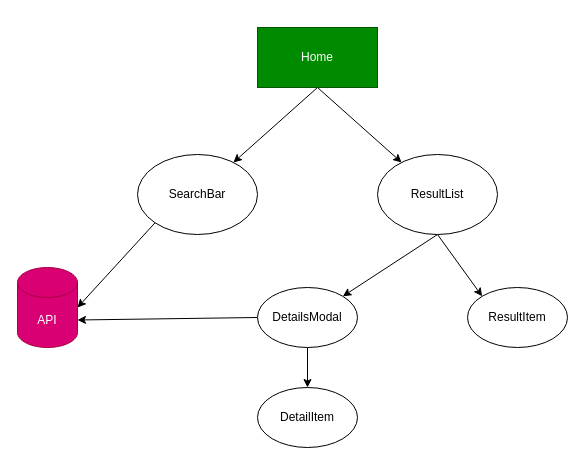
Above: src/.drawio in ArvandMolla/drifti (draw.io), before the change. Source tidied: cells renumbered, new cells numbered last; positions are measured from the earlier drawing's top-left corner, leaving out a move shared by most shapes. Both pictures are drawn from the tidied source at 100%, with x=0, y=0 at pixel (17, 27).
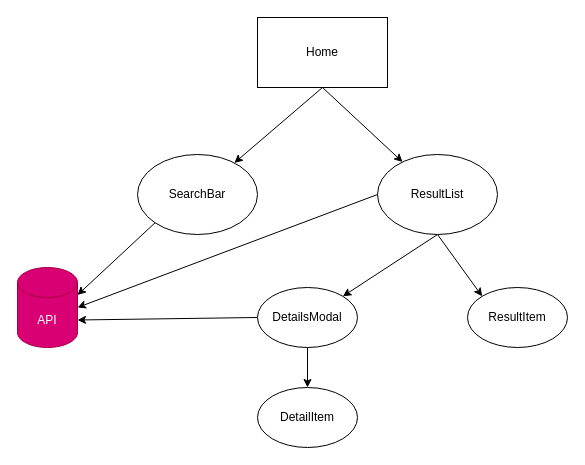
After the change.

Change to the diagram source:
```diff
@@
 <mxGraphModel>
   <root>
     <mxCell id="0" />
     <mxCell id="1" parent="0" />
     <mxCell id="2" style="edgeStyle=none;html=1;exitX=0.5;exitY=1;exitDx=0;exitDy=0;" parent="1" edge="1" source="4" target="6">
       <mxGeometry relative="1" as="geometry" />
     </mxCell>
     <mxCell id="3" style="edgeStyle=none;html=1;exitX=0.5;exitY=1;exitDx=0;exitDy=0;" parent="1" edge="1" source="4" target="9">
       <mxGeometry relative="1" as="geometry" />
     </mxCell>
-    <mxCell id="4" value="Home" style="rounded=0;whiteSpace=wrap;html=1;fillColor=#008a00;fontColor=#ffffff;strokeColor=#005700;" parent="1" vertex="1">
-      <mxGeometry x="240" width="120" height="60" as="geometry" />
+    <mxCell id="4" value="Home" style="rounded=0;whiteSpace=wrap;html=1;" parent="1" vertex="1">
+      <mxGeometry x="240" y="-10" width="130" height="70" as="geometry" />
     </mxCell>
-    <mxCell id="5" style="edgeStyle=none;html=1;exitX=0;exitY=1;exitDx=0;exitDy=0;entryX=1;entryY=0.5;entryDx=0;entryDy=0;entryPerimeter=0;" parent="1" edge="1" source="6" target="14">
+    <mxCell id="5" style="edgeStyle=none;html=1;exitX=0;exitY=1;exitDx=0;exitDy=0;entryX=1;entryY=0;entryDx=0;entryDy=27.5;entryPerimeter=0;" parent="1" edge="1" source="6" target="14">
       <mxGeometry relative="1" as="geometry" />
     </mxCell>
     <mxCell id="6" value="SearchBar" style="ellipse;whiteSpace=wrap;html=1;" parent="1" vertex="1">
       <mxGeometry x="120" y="127" width="120" height="80" as="geometry" />
     </mxCell>
     <mxCell id="7" style="edgeStyle=none;html=1;exitX=0.5;exitY=1;exitDx=0;exitDy=0;entryX=1;entryY=0;entryDx=0;entryDy=0;" parent="1" edge="1" source="9" target="13">
       <mxGeometry relative="1" as="geometry" />
     </mxCell>
     <mxCell id="8" style="edgeStyle=none;html=1;exitX=0.5;exitY=1;exitDx=0;exitDy=0;entryX=0;entryY=0;entryDx=0;entryDy=0;" parent="1" edge="1" source="9" target="10">
       <mxGeometry relative="1" as="geometry" />
     </mxCell>
+    <mxCell id="16" style="edgeStyle=none;html=1;exitX=0;exitY=0.5;exitDx=0;exitDy=0;entryX=1;entryY=0.5;entryDx=0;entryDy=0;entryPerimeter=0;" parent="1" edge="1" source="9" target="14">
+      <mxGeometry relative="1" as="geometry" />
+    </mxCell>
     <mxCell id="9" value="ResultList" style="ellipse;whiteSpace=wrap;html=1;" parent="1" vertex="1">
       <mxGeometry x="360" y="127" width="120" height="80" as="geometry" />
     </mxCell>
     <mxCell id="10" value="ResultItem" style="ellipse;whiteSpace=wrap;html=1;" parent="1" vertex="1">
       <mxGeometry x="450" y="260" width="100" height="60" as="geometry" />
     </mxCell>
     <mxCell id="11" style="edgeStyle=none;html=1;exitX=0;exitY=0.5;exitDx=0;exitDy=0;entryX=1;entryY=0;entryDx=0;entryDy=52.5;entryPerimeter=0;" parent="1" edge="1" source="13" target="14">
       <mxGeometry relative="1" as="geometry" />
     </mxCell>
     <mxCell id="12" style="edgeStyle=none;html=1;exitX=0.5;exitY=1;exitDx=0;exitDy=0;entryX=0.5;entryY=0;entryDx=0;entryDy=0;" parent="1" edge="1" source="13" target="15">
       <mxGeometry relative="1" as="geometry" />
     </mxCell>
     <mxCell id="13" value="DetailsModal" style="ellipse;whiteSpace=wrap;html=1;" parent="1" vertex="1">
       <mxGeometry x="240" y="260" width="100" height="60" as="geometry" />
     </mxCell>
     <mxCell id="14" value="API" style="shape=cylinder3;whiteSpace=wrap;html=1;boundedLbl=1;backgroundOutline=1;size=15;fillColor=#d80073;fontColor=#ffffff;strokeColor=#A50040;" parent="1" vertex="1">
       <mxGeometry y="240" width="60" height="80" as="geometry" />
     </mxCell>
     <mxCell id="15" value="DetailItem" style="ellipse;whiteSpace=wrap;html=1;" parent="1" vertex="1">
       <mxGeometry x="240" y="360" width="100" height="60" as="geometry" />
     </mxCell>
   </root>
 </mxGraphModel>
```
